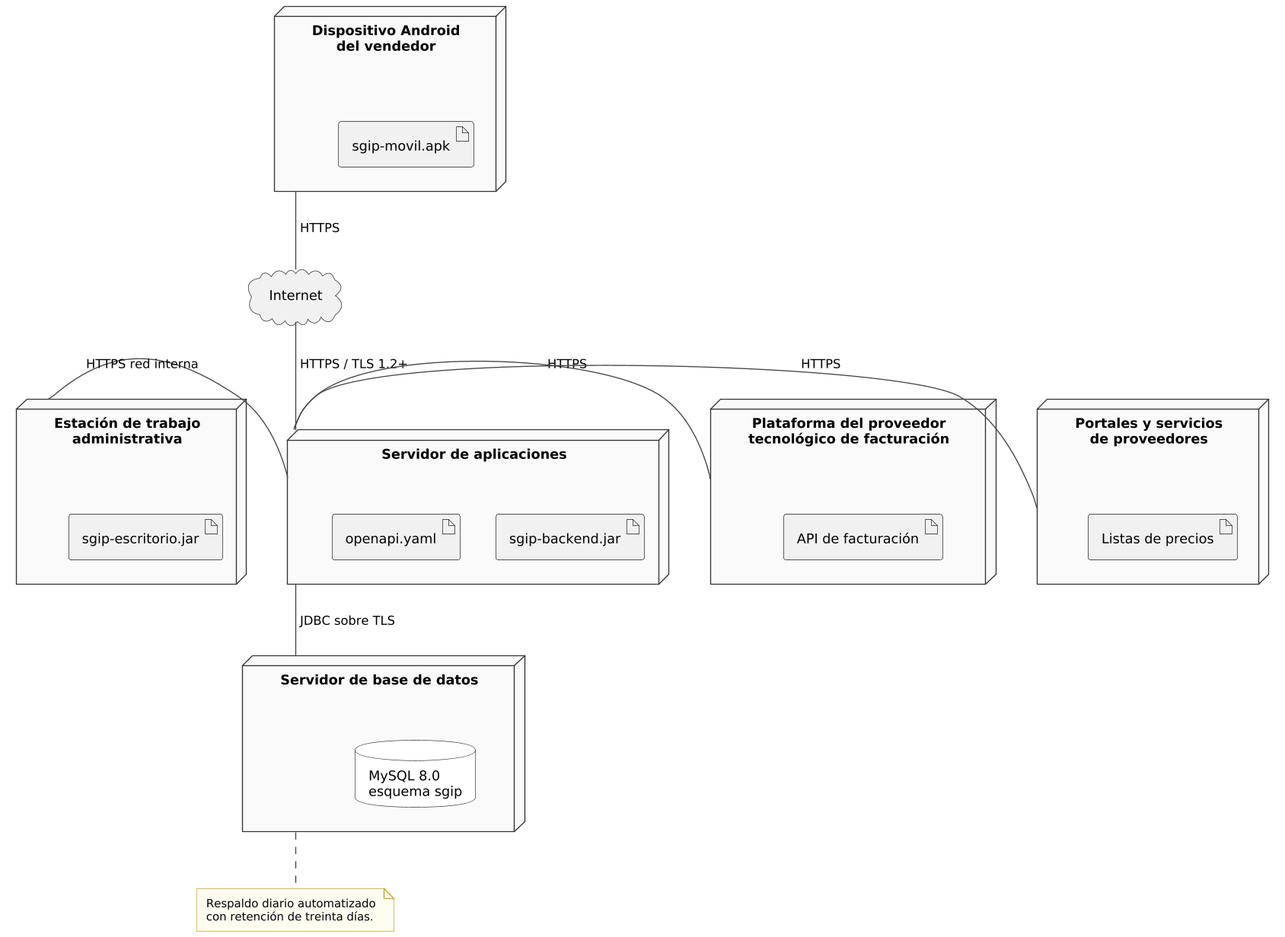
The PlantUML diagram docs/diagramas/png/07_despliegue.png in JesusmanR/SGIP, before a commit. Source of this version:
```plantuml
@startuml
!include comun.iuml

node "Dispositivo Android\ndel vendedor" as DISP {
  artifact "sgip-movil.apk" as APK
}

node "Estación de trabajo\nadministrativa" as PC {
  artifact "sgip-escritorio.jar" as JAR
}

node "Servidor de aplicaciones" as SRV {
  artifact "sgip-backend.jar" as BACK
  artifact "openapi.yaml" as SPEC
}

node "Servidor de base de datos" as DBS {
  database "MySQL 8.0\nesquema sgip" as BD
}

cloud "Internet" as NET

node "Plataforma del proveedor\ntecnológico de facturación" as PTF {
  artifact "API de facturación" as APIFE
}

node "Portales y servicios\nde proveedores" as PROV {
  artifact "Listas de precios" as LP
}

DISP -down- NET : HTTPS
NET -down- SRV : HTTPS / TLS 1.2+
PC -right- SRV : HTTPS red interna
SRV -down- DBS : JDBC sobre TLS
SRV -right- PTF : HTTPS
SRV -right- PROV : HTTPS

note bottom of DBS
  Respaldo diario automatizado
  con retención de treinta días.
end note
@enduml
```
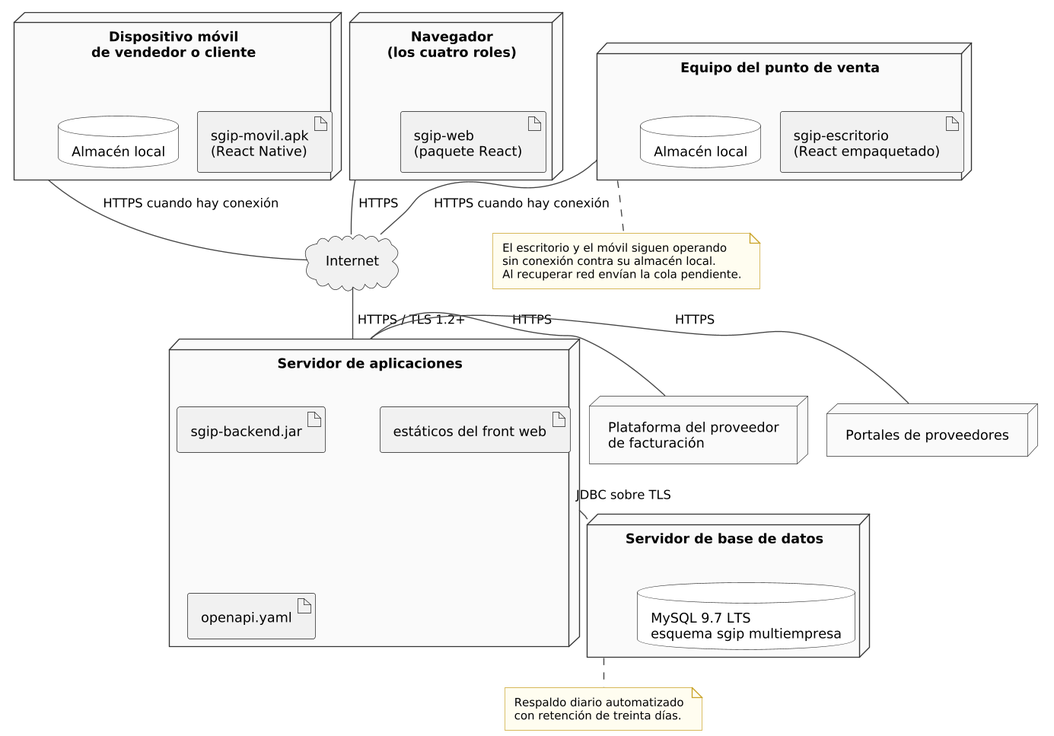
After the commit.

The edit, as a diff of the source:
```diff
@@ -1,39 +1,49 @@
 @startuml
+!pragma layout smetana
 !include comun.iuml
 
-node "Dispositivo Android\ndel vendedor" as DISP {
-  artifact "sgip-movil.apk" as APK
+node "Dispositivo móvil\nde vendedor o cliente" as DISP {
+  artifact "sgip-movil.apk\n(React Native)" as APK
+  database "Almacén local" as DBM
 }
 
-node "Estación de trabajo\nadministrativa" as PC {
-  artifact "sgip-escritorio.jar" as JAR
+node "Equipo del punto de venta" as PC {
+  artifact "sgip-escritorio\n(React empaquetado)" as EXE
+  database "Almacén local" as DBE
 }
+
+node "Navegador\n(los cuatro roles)" as NAV {
+  artifact "sgip-web\n(paquete React)" as BUNDLE
+}
+
+cloud "Internet" as NET
 
 node "Servidor de aplicaciones" as SRV {
   artifact "sgip-backend.jar" as BACK
+  artifact "estáticos del front web" as STATIC
   artifact "openapi.yaml" as SPEC
 }
 
 node "Servidor de base de datos" as DBS {
-  database "MySQL 8.0\nesquema sgip" as BD
+  database "MySQL 9.7 LTS\nesquema sgip multiempresa" as BD
 }
 
-cloud "Internet" as NET
+node "Plataforma del proveedor\nde facturación" as PTF
+node "Portales de proveedores" as PROV
 
-node "Plataforma del proveedor\ntecnológico de facturación" as PTF {
-  artifact "API de facturación" as APIFE
-}
-
-node "Portales y servicios\nde proveedores" as PROV {
-  artifact "Listas de precios" as LP
-}
-
-DISP -down- NET : HTTPS
+DISP -down- NET : HTTPS cuando hay conexión
+PC -down- NET : HTTPS cuando hay conexión
+NAV -down- NET : HTTPS
 NET -down- SRV : HTTPS / TLS 1.2+
-PC -right- SRV : HTTPS red interna
 SRV -down- DBS : JDBC sobre TLS
 SRV -right- PTF : HTTPS
 SRV -right- PROV : HTTPS
+
+note bottom of PC
+  El escritorio y el móvil siguen operando
+  sin conexión contra su almacén local.
+  Al recuperar red envían la cola pendiente.
+end note
 
 note bottom of DBS
   Respaldo diario automatizado
```
